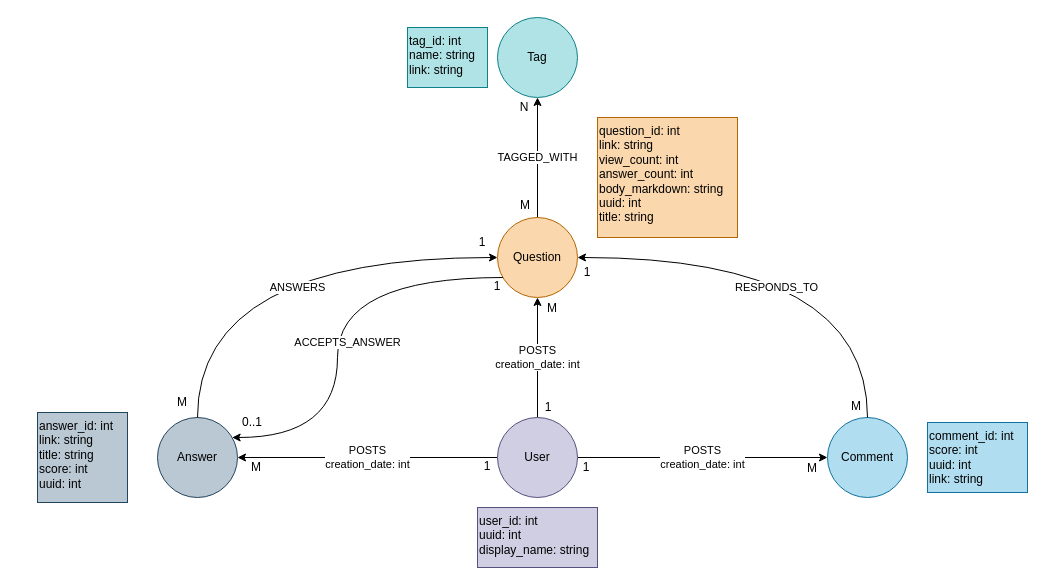
Earlier version of the draw.io diagram page "StackOverflow_Graph_Model" (3 of 4) of report/StackOverflow.drawio (sharie-rhea/cs-590). Source tidied: cells renumbered, new cells numbered last; positions are measured from the earlier drawing's top-left corner, leaving out a move shared by most shapes. Both pictures are drawn from the tidied source at 100%, with x=0, y=0 at pixel (37, 17).
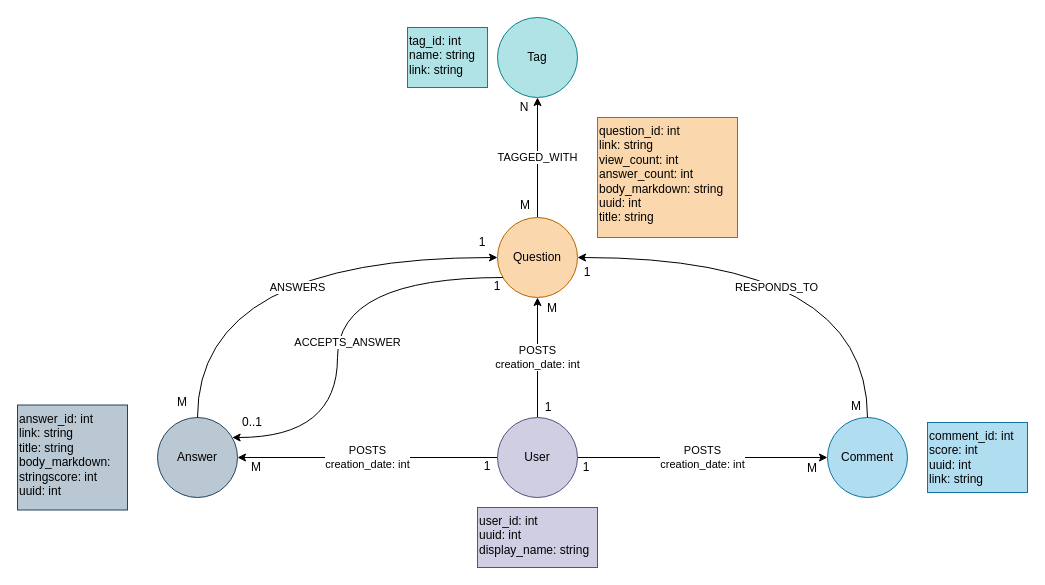
After the change.

What changed in the source:
```diff
@@
-    <mxCell id="14" value="answer_id: int&#10;link: string&#10;title: string&#10;score: int&#10;uuid: int" style="text;whiteSpace=wrap;fillColor=#bac8d3;strokeColor=#23445d;" parent="1" vertex="1">
-      <mxGeometry y="395" width="90" height="90" as="geometry" />
+    <mxCell id="14" value="answer_id: int&#10;link: string&#10;title: string&#10;body_markdown: stringscore: int&#10;uuid: int" style="text;whiteSpace=wrap;fillColor=#bac8d3;strokeColor=#23445d;" parent="1" vertex="1">
+      <mxGeometry x="-20" y="387.5" width="110" height="105" as="geometry" />
     </mxCell>
```
